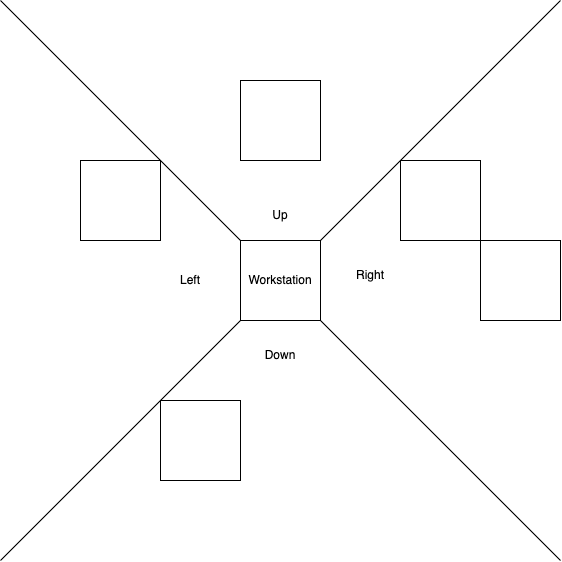
Before: documentation/functional/images/workstation_selection.drawio.png, a diagram exported from draw.io (snowmeltarcade/projectkitchen). Source tidied: cells renumbered, new cells last; positions are measured from the earlier drawing's top-left corner, leaving out a move shared by most shapes.
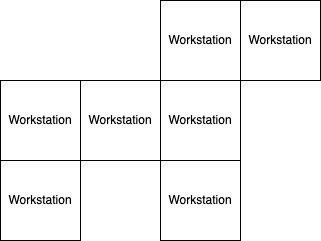
The same diagram one commit later.

Commit message:
Update workstation positioning description.

What changed in the source:
```diff
@@ -5,55 +5,23 @@
     <mxCell id="2" value="Workstation" style="whiteSpace=wrap;html=1;" parent="1" vertex="1">
       <mxGeometry x="240" y="240" width="80" height="80" as="geometry" />
     </mxCell>
-    <mxCell id="3" style="whiteSpace=wrap;html=1;" parent="1" vertex="1">
-      <mxGeometry x="80" y="160" width="80" height="80" as="geometry" />
-    </mxCell>
-    <mxCell id="4" style="endArrow=none;html=1;exitX=0;exitY=0;exitDx=0;exitDy=0;" parent="1" edge="1" source="2">
-      <mxGeometry relative="1" as="geometry">
-        <mxPoint as="targetPoint" />
-      </mxGeometry>
-    </mxCell>
-    <mxCell id="5" style="endArrow=none;html=1;exitX=0;exitY=0;exitDx=0;exitDy=0;" parent="1" edge="1">
-      <mxGeometry relative="1" as="geometry">
-        <mxPoint x="560" y="560" as="sourcePoint" />
-        <mxPoint x="320" y="320" as="targetPoint" />
-      </mxGeometry>
-    </mxCell>
-    <mxCell id="6" style="endArrow=none;html=1;" parent="1" edge="1">
-      <mxGeometry relative="1" as="geometry">
-        <mxPoint y="560" as="sourcePoint" />
-        <mxPoint x="240" y="320" as="targetPoint" />
-      </mxGeometry>
-    </mxCell>
-    <mxCell id="7" style="endArrow=none;html=1;" parent="1" edge="1">
-      <mxGeometry relative="1" as="geometry">
-        <mxPoint x="320" y="240" as="sourcePoint" />
-        <mxPoint x="560" as="targetPoint" />
-      </mxGeometry>
-    </mxCell>
-    <mxCell id="8" style="whiteSpace=wrap;html=1;" parent="1" vertex="1">
-      <mxGeometry x="240" y="80" width="80" height="80" as="geometry" />
-    </mxCell>
-    <mxCell id="9" style="whiteSpace=wrap;html=1;" parent="1" vertex="1">
-      <mxGeometry x="160" y="400" width="80" height="80" as="geometry" />
-    </mxCell>
-    <mxCell id="10" style="whiteSpace=wrap;html=1;" parent="1" vertex="1">
-      <mxGeometry x="400" y="160" width="80" height="80" as="geometry" />
-    </mxCell>
-    <mxCell id="11" style="whiteSpace=wrap;html=1;" parent="1" vertex="1">
-      <mxGeometry x="480" y="240" width="80" height="80" as="geometry" />
-    </mxCell>
-    <mxCell id="12" value="Up" style="text;html=1;strokeColor=none;fillColor=none;align=center;verticalAlign=middle;whiteSpace=wrap;rounded=0;" parent="1" vertex="1">
-      <mxGeometry x="250" y="200" width="60" height="30" as="geometry" />
-    </mxCell>
-    <mxCell id="13" value="Down" style="text;html=1;strokeColor=none;fillColor=none;align=center;verticalAlign=middle;whiteSpace=wrap;rounded=0;" parent="1" vertex="1">
-      <mxGeometry x="250" y="340" width="60" height="30" as="geometry" />
-    </mxCell>
-    <mxCell id="14" value="Left" style="text;html=1;strokeColor=none;fillColor=none;align=center;verticalAlign=middle;whiteSpace=wrap;rounded=0;" parent="1" vertex="1">
-      <mxGeometry x="160" y="265" width="60" height="30" as="geometry" />
-    </mxCell>
-    <mxCell id="15" value="Right" style="text;html=1;strokeColor=none;fillColor=none;align=center;verticalAlign=middle;whiteSpace=wrap;rounded=0;" parent="1" vertex="1">
-      <mxGeometry x="340" y="260" width="60" height="30" as="geometry" />
+    <mxCell id="15" value="Workstation" style="whiteSpace=wrap;html=1;" parent="1" vertex="1">
+      <mxGeometry x="160" y="240" width="80" height="80" as="geometry" />
     </mxCell>
+    <mxCell id="16" value="Workstation" style="whiteSpace=wrap;html=1;" parent="1" vertex="1">
+      <mxGeometry x="240" y="160" width="80" height="80" as="geometry" />
+    </mxCell>
+    <mxCell id="17" value="Workstation" style="whiteSpace=wrap;html=1;" parent="1" vertex="1">
+      <mxGeometry x="320" y="160" width="80" height="80" as="geometry" />
+    </mxCell>
+    <mxCell id="18" value="Workstation" style="whiteSpace=wrap;html=1;" parent="1" vertex="1">
+      <mxGeometry x="240" y="320" width="80" height="80" as="geometry" />
+    </mxCell>
+    <mxCell id="19" value="Workstation" style="whiteSpace=wrap;html=1;" parent="1" vertex="1">
+      <mxGeometry x="80" y="240" width="80" height="80" as="geometry" />
+    </mxCell>
+    <mxCell id="20" value="Workstation" style="whiteSpace=wrap;html=1;" parent="1" vertex="1">
+      <mxGeometry x="80" y="320" width="80" height="80" as="geometry" />
+    </mxCell>
   </root>
 </mxGraphModel>
```
